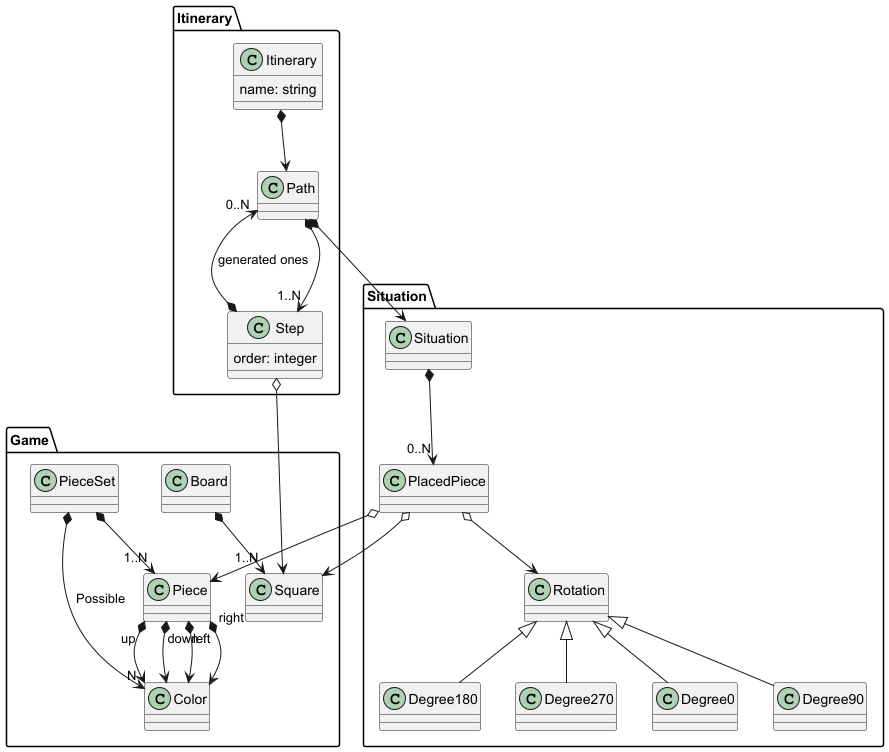
Earlier version of the PlantUML export doc/DomainModelDiagram/DomainModelDiagram.png (IgnacioMaestro/Eternity2).
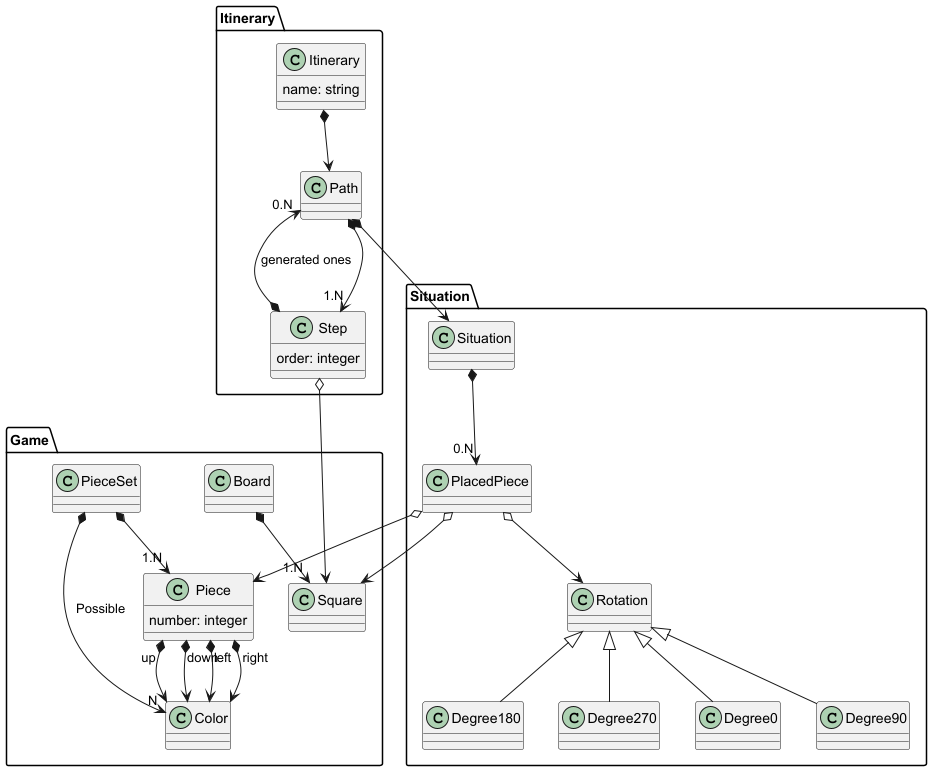
Later version of the same file.

Diff of the diagram source:
```diff
@@ -3,16 +3,18 @@
     class Board
     class Square
     class PieceSet
-    class Piece
+    class Piece {
+        number: integer
+        }
     class Color
 
-    Board *--> "1..N" Square
+    Board *--> "1.N" Square
     PieceSet *--> "N" Color: Possible
     Piece "up" *--> Color
     Piece "down" *--> Color
     Piece "left" *--> Color
     Piece "right" *--> Color
-    PieceSet *--> "1..N" Piece
+    PieceSet *--> "1.N" Piece
 }
 package Situation {
     class Situation
@@ -20,7 +22,7 @@
     class Rotation
 
     PlacedPiece o--> Rotation
-    Situation *--> "0..N" PlacedPiece
+    Situation *--> "0.N" PlacedPiece
     Rotation <|-- Degree0
     Rotation <|-- Degree90
     Rotation <|-- Degree180
@@ -35,9 +37,9 @@
         order: integer
     }
 
-    Path *--> "1..N" Step
+    Path *--> "1.N" Step
     Itinerary *--> Path
-    Step *--> "0..N" Path : "generated ones"
+    Step *--> "0.N" Path : "generated ones"
 }
 Path *--> Situation.Situation
 PlacedPiece o--> Square
```
